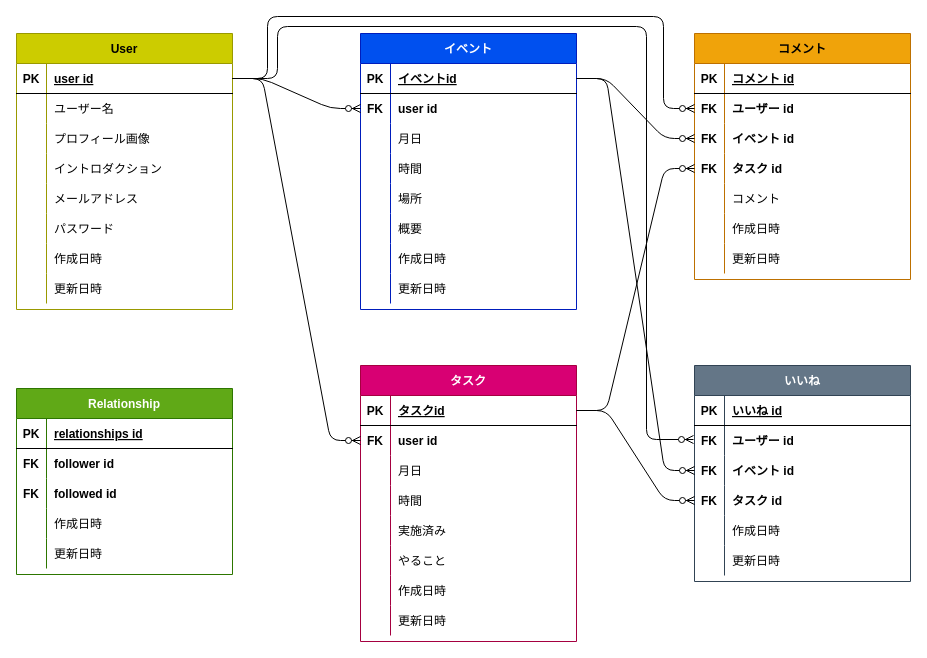
Earlier version of the draw.io diagram specification/ER figure.drawio (MurapyonCorp/My-Portfolio). Source tidied: cells renumbered, new cells numbered last; positions are measured from the earlier drawing's top-left corner, leaving out a move shared by most shapes. Both pictures are drawn from the tidied source at 100%, with x=0, y=0 at pixel (16, 16).
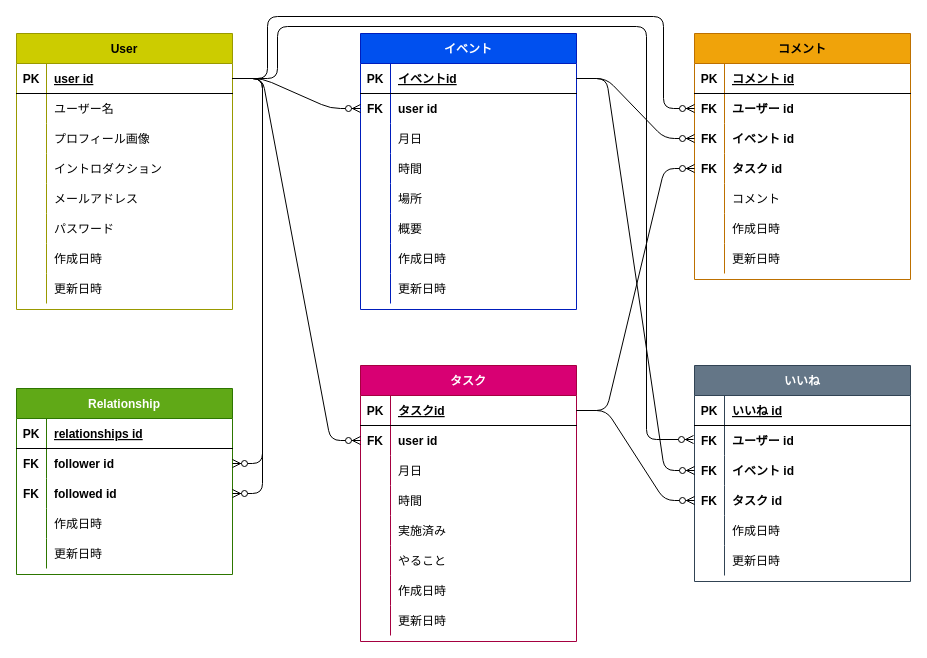
The same diagram, later.

Commit message:
add relationships optional

Unchanged cells that the change refers to:
```xml
<mxCell id="3" style="shape=partialRectangle;fillColor=none;top=0;left=0;bottom=1;right=0;points=[[0,0.5],[1,0.5]];portConstraint=eastwest;" parent="2" vertex="1">
  <mxGeometry y="30" width="216" height="30" as="geometry" />
</mxCell>
<mxCell id="81" style="shape=partialRectangle;fillColor=none;top=0;left=0;bottom=0;right=0;points=[[0,0.5],[1,0.5]];portConstraint=eastwest;" parent="77" vertex="1">
  <mxGeometry y="60" width="216" height="30" as="geometry" />
</mxCell>
<mxCell id="84" style="shape=partialRectangle;fillColor=none;top=0;left=0;bottom=0;right=0;points=[[0,0.5],[1,0.5]];portConstraint=eastwest;" parent="77" vertex="1">
  <mxGeometry y="90" width="216" height="30" as="geometry" />
</mxCell>
```

The edit, as a diff of the source:
```diff
@@
+    <mxCell id="142" style="edgeStyle=entityRelationEdgeStyle;fontSize=12;html=1;endArrow=ERzeroToMany;endFill=1;fontColor=#000000;strokeColor=#000000;exitX=1;exitY=0.5;exitDx=0;exitDy=0;entryX=1;entryY=0.5;entryDx=0;entryDy=0;" parent="1" edge="1" source="3" target="81">
+      <mxGeometry relative="1" as="geometry" />
+    </mxCell>
+    <mxCell id="143" style="edgeStyle=entityRelationEdgeStyle;fontSize=12;html=1;endArrow=ERzeroToMany;endFill=1;fontColor=#000000;strokeColor=#000000;exitX=1;exitY=0.5;exitDx=0;exitDy=0;entryX=1;entryY=0.5;entryDx=0;entryDy=0;" parent="1" edge="1" source="3" target="84">
+      <mxGeometry relative="1" as="geometry" />
+    </mxCell>
```
